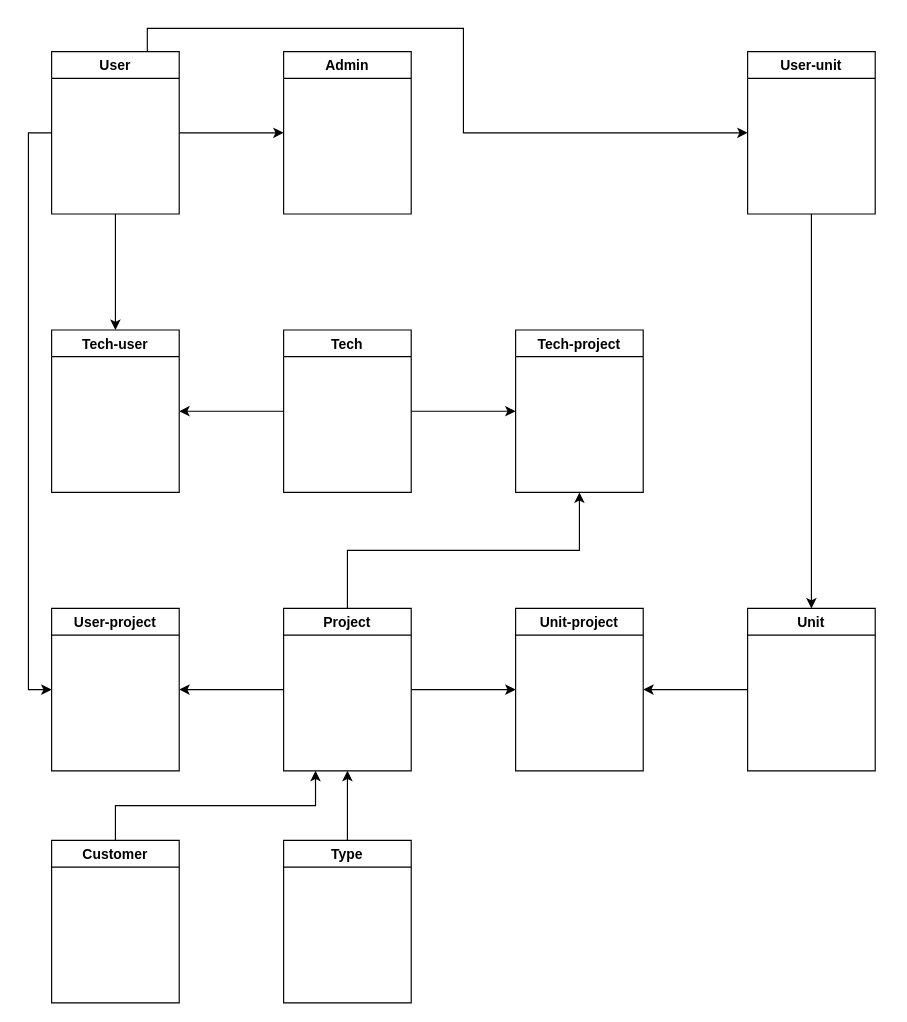
Earlier version of the draw.io diagram Untitled Diagram.drawio (hieuptvmo/hieuptvmo-QLDA). Source tidied: cells renumbered, new cells numbered last; positions are measured from the earlier drawing's top-left corner, leaving out a move shared by most shapes. Both pictures are drawn from the tidied source at 116%, with x=0, y=0 at pixel (51, 51).
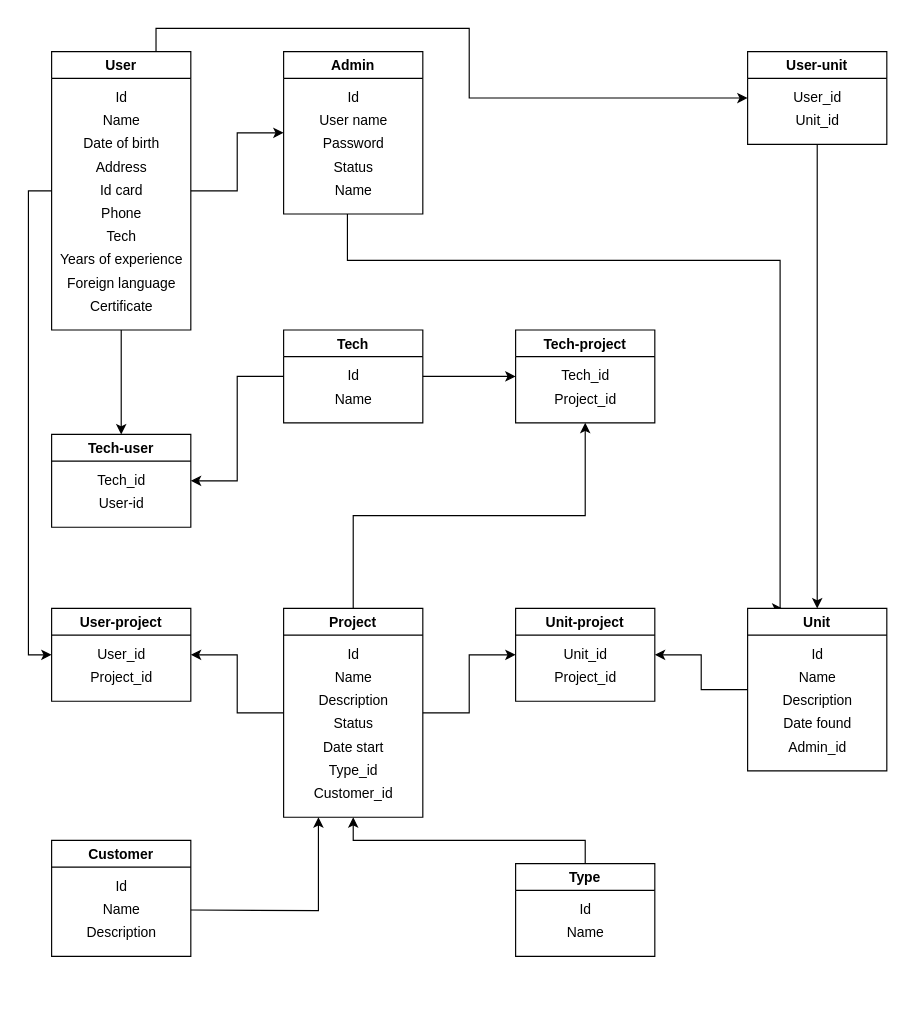
The same diagram, later.

The edit, as a diff of the source:
```diff
@@
     <mxCell id="6" value="User" style="swimlane;" parent="1" vertex="1">
-      <mxGeometry width="110" height="140" as="geometry" />
+      <mxGeometry width="120" height="240" as="geometry" />
     </mxCell>
+    <mxCell id="27" value="Id" style="text;html=1;align=center;verticalAlign=middle;strokeColor=none;" parent="6" vertex="1">
+      <mxGeometry x="45" y="30" width="30" height="20" as="geometry" />
+    </mxCell>
+    <mxCell id="28" value="Name" style="text;html=1;align=center;verticalAlign=middle;strokeColor=none;" parent="6" vertex="1">
+      <mxGeometry x="35" y="50" width="50" height="20" as="geometry" />
+    </mxCell>
+    <mxCell id="29" value="Date of birth" style="text;html=1;align=center;verticalAlign=middle;strokeColor=none;" parent="6" vertex="1">
+      <mxGeometry x="20" y="70" width="80" height="20" as="geometry" />
+    </mxCell>
+    <mxCell id="30" value="Address" style="text;html=1;align=center;verticalAlign=middle;strokeColor=none;" parent="6" vertex="1">
+      <mxGeometry x="30" y="90" width="60" height="20" as="geometry" />
+    </mxCell>
+    <mxCell id="31" value="Id card" style="text;html=1;align=center;verticalAlign=middle;strokeColor=none;" parent="6" vertex="1">
+      <mxGeometry x="35" y="110" width="50" height="20" as="geometry" />
+    </mxCell>
+    <mxCell id="32" value="Phone" style="text;html=1;align=center;verticalAlign=middle;strokeColor=none;" parent="6" vertex="1">
+      <mxGeometry x="35" y="130" width="50" height="20" as="geometry" />
+    </mxCell>
+    <mxCell id="33" value="Tech" style="text;html=1;align=center;verticalAlign=middle;strokeColor=none;" parent="6" vertex="1">
+      <mxGeometry x="40" y="150" width="40" height="20" as="geometry" />
+    </mxCell>
+    <mxCell id="34" value="Years of&amp;nbsp;experience" style="text;html=1;align=center;verticalAlign=middle;strokeColor=none;" parent="6" vertex="1">
+      <mxGeometry y="170" width="120" height="20" as="geometry" />
+    </mxCell>
+    <mxCell id="35" value="Foreign language" style="text;html=1;align=center;verticalAlign=middle;strokeColor=none;" parent="6" vertex="1">
+      <mxGeometry x="5" y="190" width="110" height="20" as="geometry" />
+    </mxCell>
+    <mxCell id="36" value="Certificate" style="text;html=1;align=center;verticalAlign=middle;strokeColor=none;" parent="6" vertex="1">
+      <mxGeometry x="25" y="210" width="70" height="20" as="geometry" />
+    </mxCell>
+    <mxCell id="37" style="edgeStyle=orthogonalEdgeStyle;rounded=0;jettySize=auto;html=1;entryX=0.25;entryY=0;entryDx=0;entryDy=0;" parent="1" edge="1" source="7" target="24">
+      <mxGeometry relative="1" as="geometry">
+        <Array as="points">
+          <mxPoint x="255" y="180" />
+          <mxPoint x="628" y="180" />
+        </Array>
+      </mxGeometry>
+    </mxCell>
     <mxCell id="7" value="Admin" style="swimlane;" parent="1" vertex="1">
-      <mxGeometry x="200" width="110" height="140" as="geometry" />
+      <mxGeometry x="200" width="120" height="140" as="geometry" />
     </mxCell>
+    <mxCell id="38" value="User name" style="text;html=1;align=center;verticalAlign=middle;strokeColor=none;" parent="7" vertex="1">
+      <mxGeometry x="25" y="50" width="70" height="20" as="geometry" />
+    </mxCell>
+    <mxCell id="39" value="Id" style="text;html=1;align=center;verticalAlign=middle;strokeColor=none;" parent="7" vertex="1">
+      <mxGeometry x="45" y="30" width="30" height="20" as="geometry" />
+    </mxCell>
+    <mxCell id="40" value="Status" style="text;html=1;align=center;verticalAlign=middle;strokeColor=none;" parent="7" vertex="1">
+      <mxGeometry x="35" y="90" width="50" height="20" as="geometry" />
+    </mxCell>
+    <mxCell id="41" value="Name&lt;br&gt;" style="text;html=1;align=center;verticalAlign=middle;strokeColor=none;" parent="7" vertex="1">
+      <mxGeometry x="35" y="110" width="50" height="20" as="geometry" />
+    </mxCell>
+    <mxCell id="42" value="Password" style="text;html=1;align=center;verticalAlign=middle;strokeColor=none;" parent="7" vertex="1">
+      <mxGeometry x="25" y="70" width="70" height="20" as="geometry" />
+    </mxCell>
@@
     <mxCell id="10" value="Tech" style="swimlane;" parent="1" vertex="1">
-      <mxGeometry x="200" y="240" width="110" height="140" as="geometry" />
+      <mxGeometry x="200" y="240" width="120" height="80" as="geometry" />
     </mxCell>
+    <mxCell id="43" value="Id" style="text;html=1;align=center;verticalAlign=middle;strokeColor=none;" parent="10" vertex="1">
+      <mxGeometry x="45" y="30" width="30" height="20" as="geometry" />
+    </mxCell>
+    <mxCell id="44" value="Name" style="text;html=1;align=center;verticalAlign=middle;strokeColor=none;" parent="10" vertex="1">
+      <mxGeometry x="35" y="50" width="50" height="20" as="geometry" />
+    </mxCell>
     <mxCell id="11" value="Tech-user" style="swimlane;startSize=23;" parent="1" vertex="1">
-      <mxGeometry y="240" width="110" height="140" as="geometry" />
+      <mxGeometry y="330" width="120" height="80" as="geometry" />
     </mxCell>
+    <mxCell id="45" value="Tech_id" style="text;html=1;align=center;verticalAlign=middle;strokeColor=none;" parent="11" vertex="1">
+      <mxGeometry x="30" y="30" width="60" height="20" as="geometry" />
+    </mxCell>
+    <mxCell id="46" value="User-id" style="text;html=1;align=center;verticalAlign=middle;strokeColor=none;" parent="11" vertex="1">
+      <mxGeometry x="35" y="50" width="50" height="20" as="geometry" />
+    </mxCell>
     <mxCell id="12" value="Tech-project" style="swimlane;" parent="1" vertex="1">
-      <mxGeometry x="400" y="240" width="110" height="140" as="geometry" />
+      <mxGeometry x="400" y="240" width="120" height="80" as="geometry" />
     </mxCell>
+    <mxCell id="47" value="Tech_id" style="text;html=1;align=center;verticalAlign=middle;strokeColor=none;" parent="12" vertex="1">
+      <mxGeometry x="30" y="30" width="60" height="20" as="geometry" />
+    </mxCell>
+    <mxCell id="48" value="Project_id" style="text;html=1;align=center;verticalAlign=middle;strokeColor=none;" parent="12" vertex="1">
+      <mxGeometry x="25" y="50" width="70" height="20" as="geometry" />
+    </mxCell>
@@
     <mxCell id="16" value="Project" style="swimlane;" parent="1" vertex="1">
-      <mxGeometry x="200" y="480" width="110" height="140" as="geometry" />
+      <mxGeometry x="200" y="480" width="120" height="180" as="geometry" />
     </mxCell>
+    <mxCell id="49" value="Customer_id" style="text;html=1;align=center;verticalAlign=middle;strokeColor=none;" parent="16" vertex="1">
+      <mxGeometry x="20" y="150" width="80" height="20" as="geometry" />
+    </mxCell>
+    <mxCell id="50" value="Type_id" style="text;html=1;align=center;verticalAlign=middle;strokeColor=none;" parent="16" vertex="1">
+      <mxGeometry x="30" y="130" width="60" height="20" as="geometry" />
+    </mxCell>
+    <mxCell id="51" value="Id" style="text;html=1;align=center;verticalAlign=middle;strokeColor=none;" parent="16" vertex="1">
+      <mxGeometry x="45" y="30" width="30" height="20" as="geometry" />
+    </mxCell>
+    <mxCell id="52" value="Description" style="text;html=1;align=center;verticalAlign=middle;strokeColor=none;" parent="16" vertex="1">
+      <mxGeometry x="20" y="70" width="80" height="20" as="geometry" />
+    </mxCell>
+    <mxCell id="53" value="Status" style="text;html=1;align=center;verticalAlign=middle;strokeColor=none;" parent="16" vertex="1">
+      <mxGeometry x="35" y="90" width="50" height="20" as="geometry" />
+    </mxCell>
+    <mxCell id="54" value="Date start" style="text;html=1;align=center;verticalAlign=middle;strokeColor=none;" parent="16" vertex="1">
+      <mxGeometry x="25" y="110" width="70" height="20" as="geometry" />
+    </mxCell>
+    <mxCell id="55" value="Name" style="text;html=1;align=center;verticalAlign=middle;strokeColor=none;" parent="16" vertex="1">
+      <mxGeometry x="35" y="50" width="50" height="20" as="geometry" />
+    </mxCell>
     <mxCell id="17" value="User-project" style="swimlane;" parent="1" vertex="1">
-      <mxGeometry y="480" width="110" height="140" as="geometry" />
+      <mxGeometry y="480" width="120" height="80" as="geometry" />
     </mxCell>
+    <mxCell id="56" value="User_id" style="text;html=1;align=center;verticalAlign=middle;strokeColor=none;" parent="17" vertex="1">
+      <mxGeometry x="30" y="30" width="60" height="20" as="geometry" />
+    </mxCell>
+    <mxCell id="57" value="Project_id" style="text;html=1;align=center;verticalAlign=middle;strokeColor=none;" parent="17" vertex="1">
+      <mxGeometry x="25" y="50" width="70" height="20" as="geometry" />
+    </mxCell>
-    <mxCell id="18" style="edgeStyle=orthogonalEdgeStyle;rounded=0;jettySize=auto;html=1;exitX=0.5;exitY=0;exitDx=0;exitDy=0;entryX=0.25;entryY=1;entryDx=0;entryDy=0;" parent="1" edge="1" source="19" target="16">
-      <mxGeometry relative="1" as="geometry" />
+    <mxCell id="18" style="edgeStyle=orthogonalEdgeStyle;rounded=0;jettySize=auto;html=1;entryX=0.25;entryY=1;entryDx=0;entryDy=0;" parent="1" edge="1" target="16">
+      <mxGeometry relative="1" as="geometry">
+        <mxPoint x="120" y="740" as="sourcePoint" />
+      </mxGeometry>
     </mxCell>
     <mxCell id="19" value="Customer" style="swimlane;" parent="1" vertex="1">
-      <mxGeometry y="680" width="110" height="140" as="geometry" />
+      <mxGeometry y="680" width="120" height="100" as="geometry" />
     </mxCell>
+    <mxCell id="58" value="Id" style="text;html=1;align=center;verticalAlign=middle;strokeColor=none;" parent="19" vertex="1">
+      <mxGeometry x="45" y="30" width="30" height="20" as="geometry" />
+    </mxCell>
+    <mxCell id="59" value="Name" style="text;html=1;align=center;verticalAlign=middle;strokeColor=none;" parent="19" vertex="1">
+      <mxGeometry x="35" y="50" width="50" height="20" as="geometry" />
+    </mxCell>
+    <mxCell id="60" value="Description" style="text;html=1;align=center;verticalAlign=middle;strokeColor=none;" parent="19" vertex="1">
+      <mxGeometry x="20" y="70" width="80" height="20" as="geometry" />
+    </mxCell>
@@
     <mxCell id="21" value="Type" style="swimlane;" parent="1" vertex="1">
-      <mxGeometry x="200" y="680" width="110" height="140" as="geometry" />
+      <mxGeometry x="400" y="700" width="120" height="80" as="geometry" />
     </mxCell>
+    <mxCell id="61" value="Id" style="text;html=1;align=center;verticalAlign=middle;strokeColor=none;" parent="21" vertex="1">
+      <mxGeometry x="45" y="30" width="30" height="20" as="geometry" />
+    </mxCell>
+    <mxCell id="62" value="Name" style="text;html=1;align=center;verticalAlign=middle;strokeColor=none;" parent="21" vertex="1">
+      <mxGeometry x="35" y="50" width="50" height="20" as="geometry" />
+    </mxCell>
     <mxCell id="22" value="Unit-project" style="swimlane;" parent="1" vertex="1">
-      <mxGeometry x="400" y="480" width="110" height="140" as="geometry" />
+      <mxGeometry x="400" y="480" width="120" height="80" as="geometry" />
     </mxCell>
+    <mxCell id="63" value="Project_id" style="text;html=1;align=center;verticalAlign=middle;strokeColor=none;" parent="22" vertex="1">
+      <mxGeometry x="25" y="50" width="70" height="20" as="geometry" />
+    </mxCell>
+    <mxCell id="64" value="Unit_id" style="text;html=1;align=center;verticalAlign=middle;strokeColor=none;" parent="22" vertex="1">
+      <mxGeometry x="35" y="30" width="50" height="20" as="geometry" />
+    </mxCell>
@@
     <mxCell id="24" value="Unit" style="swimlane;" parent="1" vertex="1">
-      <mxGeometry x="600" y="480" width="110" height="140" as="geometry" />
+      <mxGeometry x="600" y="480" width="120" height="140" as="geometry" />
     </mxCell>
+    <mxCell id="65" value="Description" style="text;html=1;align=center;verticalAlign=middle;strokeColor=none;" parent="24" vertex="1">
+      <mxGeometry x="20" y="70" width="80" height="20" as="geometry" />
+    </mxCell>
+    <mxCell id="66" value="Id" style="text;html=1;align=center;verticalAlign=middle;strokeColor=none;" parent="24" vertex="1">
+      <mxGeometry x="45" y="30" width="30" height="20" as="geometry" />
+    </mxCell>
+    <mxCell id="67" value="Name" style="text;html=1;align=center;verticalAlign=middle;strokeColor=none;" parent="24" vertex="1">
+      <mxGeometry x="35" y="50" width="50" height="20" as="geometry" />
+    </mxCell>
+    <mxCell id="68" value="Date found" style="text;html=1;align=center;verticalAlign=middle;strokeColor=none;" parent="24" vertex="1">
+      <mxGeometry x="25" y="90" width="70" height="20" as="geometry" />
+    </mxCell>
+    <mxCell id="69" value="Admin_id" style="text;html=1;align=center;verticalAlign=middle;strokeColor=none;" parent="24" vertex="1">
+      <mxGeometry x="25" y="110" width="70" height="20" as="geometry" />
+    </mxCell>
@@
     <mxCell id="26" value="User-unit" style="swimlane;" parent="1" vertex="1">
-      <mxGeometry x="600" width="110" height="140" as="geometry" />
+      <mxGeometry x="600" width="120" height="80" as="geometry" />
     </mxCell>
+    <mxCell id="70" value="User_id" style="text;html=1;align=center;verticalAlign=middle;strokeColor=none;" parent="26" vertex="1">
+      <mxGeometry x="30" y="30" width="60" height="20" as="geometry" />
+    </mxCell>
+    <mxCell id="71" value="Unit_id" style="text;html=1;align=center;verticalAlign=middle;strokeColor=none;" parent="26" vertex="1">
+      <mxGeometry x="35" y="50" width="50" height="20" as="geometry" />
+    </mxCell>
```
